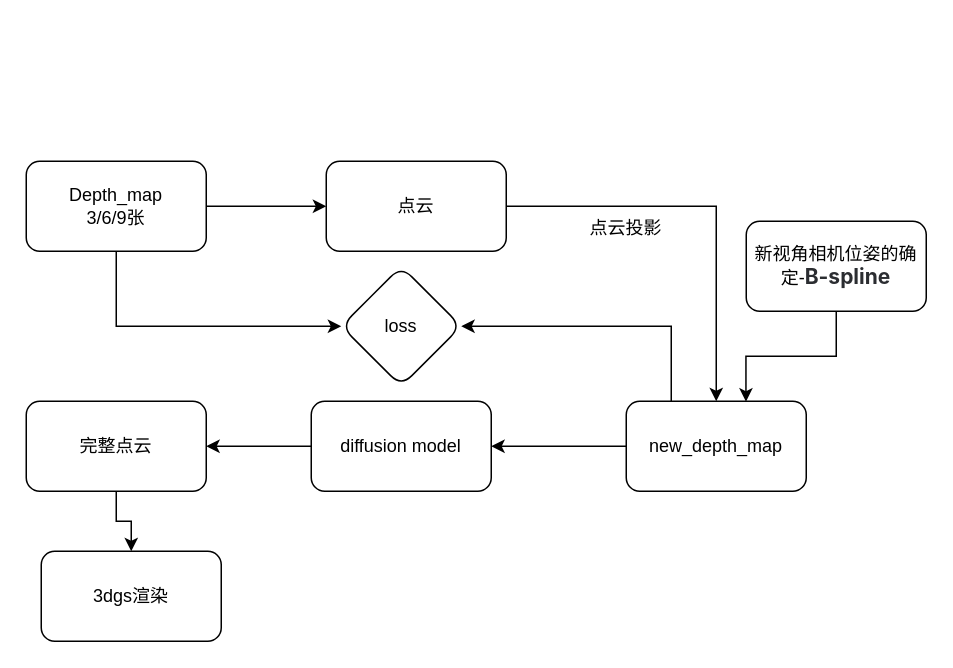
This is model_net.drawio from zzcPeace/draw.io, a draw.io file, before an edit. Source tidied: cells renumbered, new cells numbered last; positions are measured from the earlier drawing's top-left corner, leaving out a move shared by most shapes. Both pictures are drawn from the tidied source at 150%, with x=0, y=0 at pixel (26, 160).
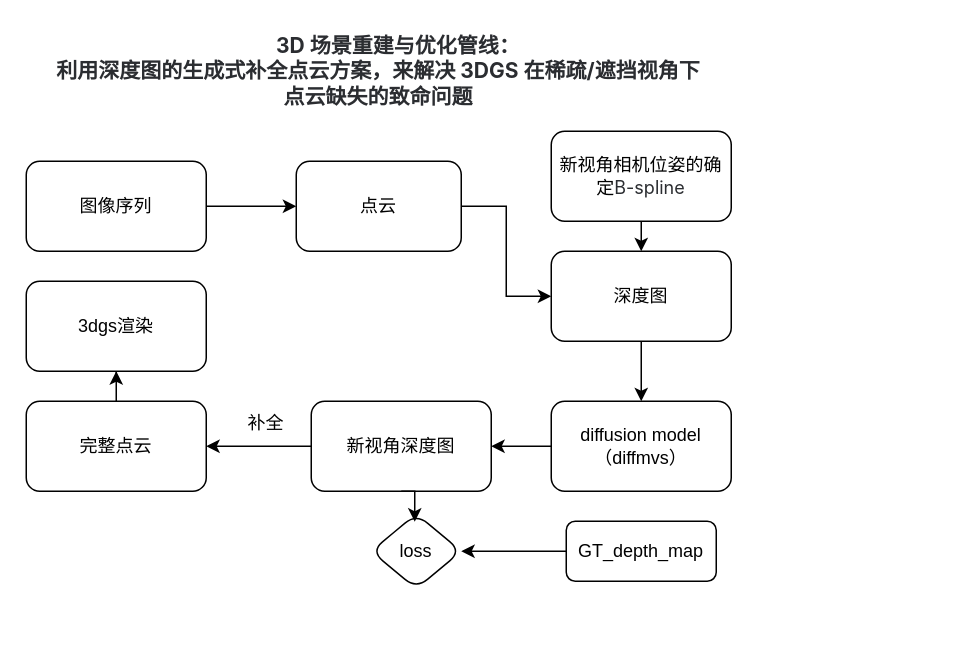
The same diagram, later.

Unchanged cells that the change refers to:
```xml
<mxCell id="18" value="完整点云" style="rounded=1;whiteSpace=wrap;html=1;" parent="1" vertex="1">
  <mxGeometry y="160" width="120" height="60" as="geometry" />
</mxCell>
```

What changed in the source:
```diff
@@
-    <mxCell id="3" style="edgeStyle=orthogonalEdgeStyle;rounded=0;jettySize=auto;html=1;exitX=0.5;exitY=1;exitDx=0;exitDy=0;entryX=0;entryY=0.5;entryDx=0;entryDy=0;" parent="1" edge="1" source="4" target="11">
-      <mxGeometry relative="1" as="geometry" />
-    </mxCell>
-    <mxCell id="4" value="Depth_map&lt;br&gt;3/6/9张" style="rounded=1;whiteSpace=wrap;html=1;" parent="1" vertex="1">
+    <mxCell id="4" value="图像序列" style="rounded=1;whiteSpace=wrap;html=1;" parent="1" vertex="1">
       <mxGeometry width="120" height="60" as="geometry" />
     </mxCell>
-    <mxCell id="5" style="edgeStyle=orthogonalEdgeStyle;rounded=0;jettySize=auto;html=1;exitX=1;exitY=0.5;exitDx=0;exitDy=0;entryX=0.5;entryY=0;entryDx=0;entryDy=0;" parent="1" edge="1" source="6" target="10">
-      <mxGeometry relative="1" as="geometry" />
-    </mxCell>
+    <mxCell id="20" style="edgeStyle=orthogonalEdgeStyle;rounded=0;jettySize=auto;html=1;exitX=1;exitY=0.5;exitDx=0;exitDy=0;entryX=0;entryY=0.5;entryDx=0;entryDy=0;" parent="1" edge="1" source="6" target="27">
+      <mxGeometry relative="1" as="geometry" />
+    </mxCell>
     <mxCell id="6" value="点云" style="whiteSpace=wrap;html=1;rounded=1;" parent="1" vertex="1">
-      <mxGeometry x="200" width="120" height="60" as="geometry" />
+      <mxGeometry x="180" width="110" height="60" as="geometry" />
     </mxCell>
+    <mxCell id="21" style="edgeStyle=orthogonalEdgeStyle;rounded=0;jettySize=auto;html=1;exitX=0.5;exitY=1;exitDx=0;exitDy=0;entryX=0.5;entryY=0;entryDx=0;entryDy=0;" parent="1" edge="1" source="7" target="27">
+      <mxGeometry relative="1" as="geometry" />
+    </mxCell>
-    <mxCell id="7" value="新视角相机位姿的确定-&lt;strong class=&quot;ng-star-inserted&quot; style=&quot;box-sizing: border-box; color: rgb(43, 45, 49); font-family: Inter, sans-serif; font-size: 14px; text-align: start; background-color: rgb(255, 255, 255);&quot;&gt;&lt;span class=&quot;ng-star-inserted&quot; style=&quot;box-sizing: border-box;&quot;&gt;B-spline&lt;/span&gt;&lt;/strong&gt;" style="whiteSpace=wrap;html=1;rounded=1;" parent="1" vertex="1">
-      <mxGeometry x="480" y="40" width="120" height="60" as="geometry" />
+    <mxCell id="7" value="新视角相机位姿的确定&lt;span class=&quot;ng-star-inserted&quot; style=&quot;box-sizing: border-box; color: rgb(43, 45, 49); font-family: Inter, sans-serif; text-align: start; background-color: rgb(255, 255, 255);&quot;&gt;&lt;span class=&quot;ng-star-inserted&quot; style=&quot;box-sizing: border-box;&quot;&gt;&lt;font style=&quot;&quot;&gt;B-spline&lt;/font&gt;&lt;/span&gt;&lt;/span&gt;" style="whiteSpace=wrap;html=1;rounded=1;" parent="1" vertex="1">
+      <mxGeometry x="350" y="-20" width="120" height="60" as="geometry" />
     </mxCell>
-    <mxCell id="8" style="edgeStyle=orthogonalEdgeStyle;rounded=0;jettySize=auto;html=1;" parent="1" edge="1" source="10" target="16">
-      <mxGeometry relative="1" as="geometry" />
-    </mxCell>
-    <mxCell id="9" style="edgeStyle=orthogonalEdgeStyle;rounded=0;jettySize=auto;html=1;exitX=0.25;exitY=0;exitDx=0;exitDy=0;entryX=1;entryY=0.5;entryDx=0;entryDy=0;" parent="1" edge="1" source="10" target="11">
-      <mxGeometry relative="1" as="geometry" />
-    </mxCell>
+    <mxCell id="22" style="edgeStyle=orthogonalEdgeStyle;rounded=0;jettySize=auto;html=1;exitX=0;exitY=0.5;exitDx=0;exitDy=0;entryX=1;entryY=0.5;entryDx=0;entryDy=0;" parent="1" edge="1" source="10" target="18">
+      <mxGeometry relative="1" as="geometry" />
+    </mxCell>
-    <mxCell id="10" value="new_depth_map" style="whiteSpace=wrap;html=1;rounded=1;" parent="1" vertex="1">
-      <mxGeometry x="400" y="160" width="120" height="60" as="geometry" />
+    <mxCell id="10" value="新视角深度图" style="whiteSpace=wrap;html=1;rounded=1;" parent="1" vertex="1">
+      <mxGeometry x="190" y="160" width="120" height="60" as="geometry" />
     </mxCell>
     <mxCell id="11" value="loss" style="rhombus;whiteSpace=wrap;html=1;rounded=1;" parent="1" vertex="1">
-      <mxGeometry x="210" y="70" width="80" height="80" as="geometry" />
+      <mxGeometry x="230" y="235" width="60" height="50" as="geometry" />
     </mxCell>
-    <mxCell id="12" value="点云投影" style="text;html=1;whiteSpace=wrap;strokeColor=none;fillColor=none;align=center;verticalAlign=middle;rounded=0;" parent="1" vertex="1">
-      <mxGeometry x="370" y="30" width="60" height="30" as="geometry" />
-    </mxCell>
@@
-    <mxCell id="14" style="edgeStyle=orthogonalEdgeStyle;rounded=0;jettySize=auto;html=1;exitX=0.5;exitY=1;exitDx=0;exitDy=0;entryX=0.665;entryY=0.005;entryDx=0;entryDy=0;entryPerimeter=0;" parent="1" edge="1" source="7" target="10">
-      <mxGeometry relative="1" as="geometry" />
-    </mxCell>
-    <mxCell id="15" style="edgeStyle=orthogonalEdgeStyle;rounded=0;jettySize=auto;html=1;" parent="1" edge="1" source="16" target="18">
-      <mxGeometry relative="1" as="geometry" />
-    </mxCell>
-    <mxCell id="16" value="diffusion model" style="rounded=1;whiteSpace=wrap;html=1;" parent="1" vertex="1">
-      <mxGeometry x="190" y="160" width="120" height="60" as="geometry" />
-    </mxCell>
@@
     <mxCell id="19" value="3dgs渲染" style="whiteSpace=wrap;html=1;rounded=1;" parent="1" vertex="1">
-      <mxGeometry x="10" y="260" width="120" height="60" as="geometry" />
+      <mxGeometry y="80" width="120" height="60" as="geometry" />
     </mxCell>
+    <mxCell id="23" style="edgeStyle=orthogonalEdgeStyle;rounded=0;jettySize=auto;html=1;" parent="1" edge="1" source="24" target="11">
+      <mxGeometry relative="1" as="geometry" />
+    </mxCell>
+    <mxCell id="24" value="GT_depth_map" style="rounded=1;whiteSpace=wrap;html=1;" parent="1" vertex="1">
+      <mxGeometry x="360" y="240" width="100" height="40" as="geometry" />
+    </mxCell>
+    <mxCell id="25" value="&lt;strong class=&quot;ng-star-inserted&quot; style=&quot;box-sizing: border-box; color: rgb(43, 45, 49); font-family: Inter, sans-serif; font-size: 14px; text-align: start; background-color: rgb(255, 255, 255);&quot;&gt;&lt;span class=&quot;ng-star-inserted&quot; style=&quot;box-sizing: border-box;&quot;&gt;&lt;span style=&quot;white-space: pre;&quot;&gt;&#9;&lt;/span&gt;3D 场景重建与优化管线：&lt;/span&gt;&lt;/strong&gt;&lt;div&gt;&lt;strong class=&quot;ng-star-inserted&quot; style=&quot;box-sizing: border-box; color: rgb(43, 45, 49); font-family: Inter, sans-serif; font-size: 14px; text-align: start; background-color: rgb(255, 255, 255);&quot;&gt;&lt;span class=&quot;ng-star-inserted&quot; style=&quot;box-sizing: border-box;&quot;&gt;利用深度图的生成式补全点云方案，来解决 3DGS 在稀疏/遮挡视角下&lt;/span&gt;&lt;/strong&gt;&lt;/div&gt;&lt;div&gt;&lt;strong class=&quot;ng-star-inserted&quot; style=&quot;box-sizing: border-box; color: rgb(43, 45, 49); font-family: Inter, sans-serif; font-size: 14px; text-align: start; background-color: rgb(255, 255, 255);&quot;&gt;&lt;span class=&quot;ng-star-inserted&quot; style=&quot;box-sizing: border-box;&quot;&gt;点云缺失的致命问题&lt;/span&gt;&lt;/strong&gt;&lt;/div&gt;" style="text;html=1;whiteSpace=wrap;strokeColor=none;fillColor=none;align=center;verticalAlign=middle;rounded=0;" parent="1" vertex="1">
+      <mxGeometry y="-90" width="470" height="60" as="geometry" />
+    </mxCell>
+    <mxCell id="26" style="edgeStyle=orthogonalEdgeStyle;rounded=0;jettySize=auto;html=1;exitX=0.5;exitY=1;exitDx=0;exitDy=0;" parent="1" edge="1" source="27" target="29">
+      <mxGeometry relative="1" as="geometry" />
+    </mxCell>
+    <mxCell id="27" value="深度图" style="rounded=1;whiteSpace=wrap;html=1;" parent="1" vertex="1">
+      <mxGeometry x="350" y="60" width="120" height="60" as="geometry" />
+    </mxCell>
+    <mxCell id="28" style="edgeStyle=orthogonalEdgeStyle;rounded=0;jettySize=auto;html=1;exitX=0;exitY=0.5;exitDx=0;exitDy=0;" parent="1" edge="1" source="29" target="10">
+      <mxGeometry relative="1" as="geometry" />
+    </mxCell>
+    <mxCell id="29" value="diffusion model&lt;br&gt;（diffmvs）" style="rounded=1;whiteSpace=wrap;html=1;" parent="1" vertex="1">
+      <mxGeometry x="350" y="160" width="120" height="60" as="geometry" />
+    </mxCell>
+    <mxCell id="30" value="补全" style="text;html=1;whiteSpace=wrap;strokeColor=none;fillColor=none;align=center;verticalAlign=middle;rounded=0;" parent="1" vertex="1">
+      <mxGeometry x="130" y="160" width="60" height="30" as="geometry" />
+    </mxCell>
+    <mxCell id="9" style="edgeStyle=orthogonalEdgeStyle;rounded=0;jettySize=auto;html=1;exitX=0.5;exitY=1;exitDx=0;exitDy=0;entryX=0.483;entryY=0.106;entryDx=0;entryDy=0;entryPerimeter=0;" parent="1" edge="1" source="10" target="11">
+      <mxGeometry relative="1" as="geometry" />
+    </mxCell>
```
